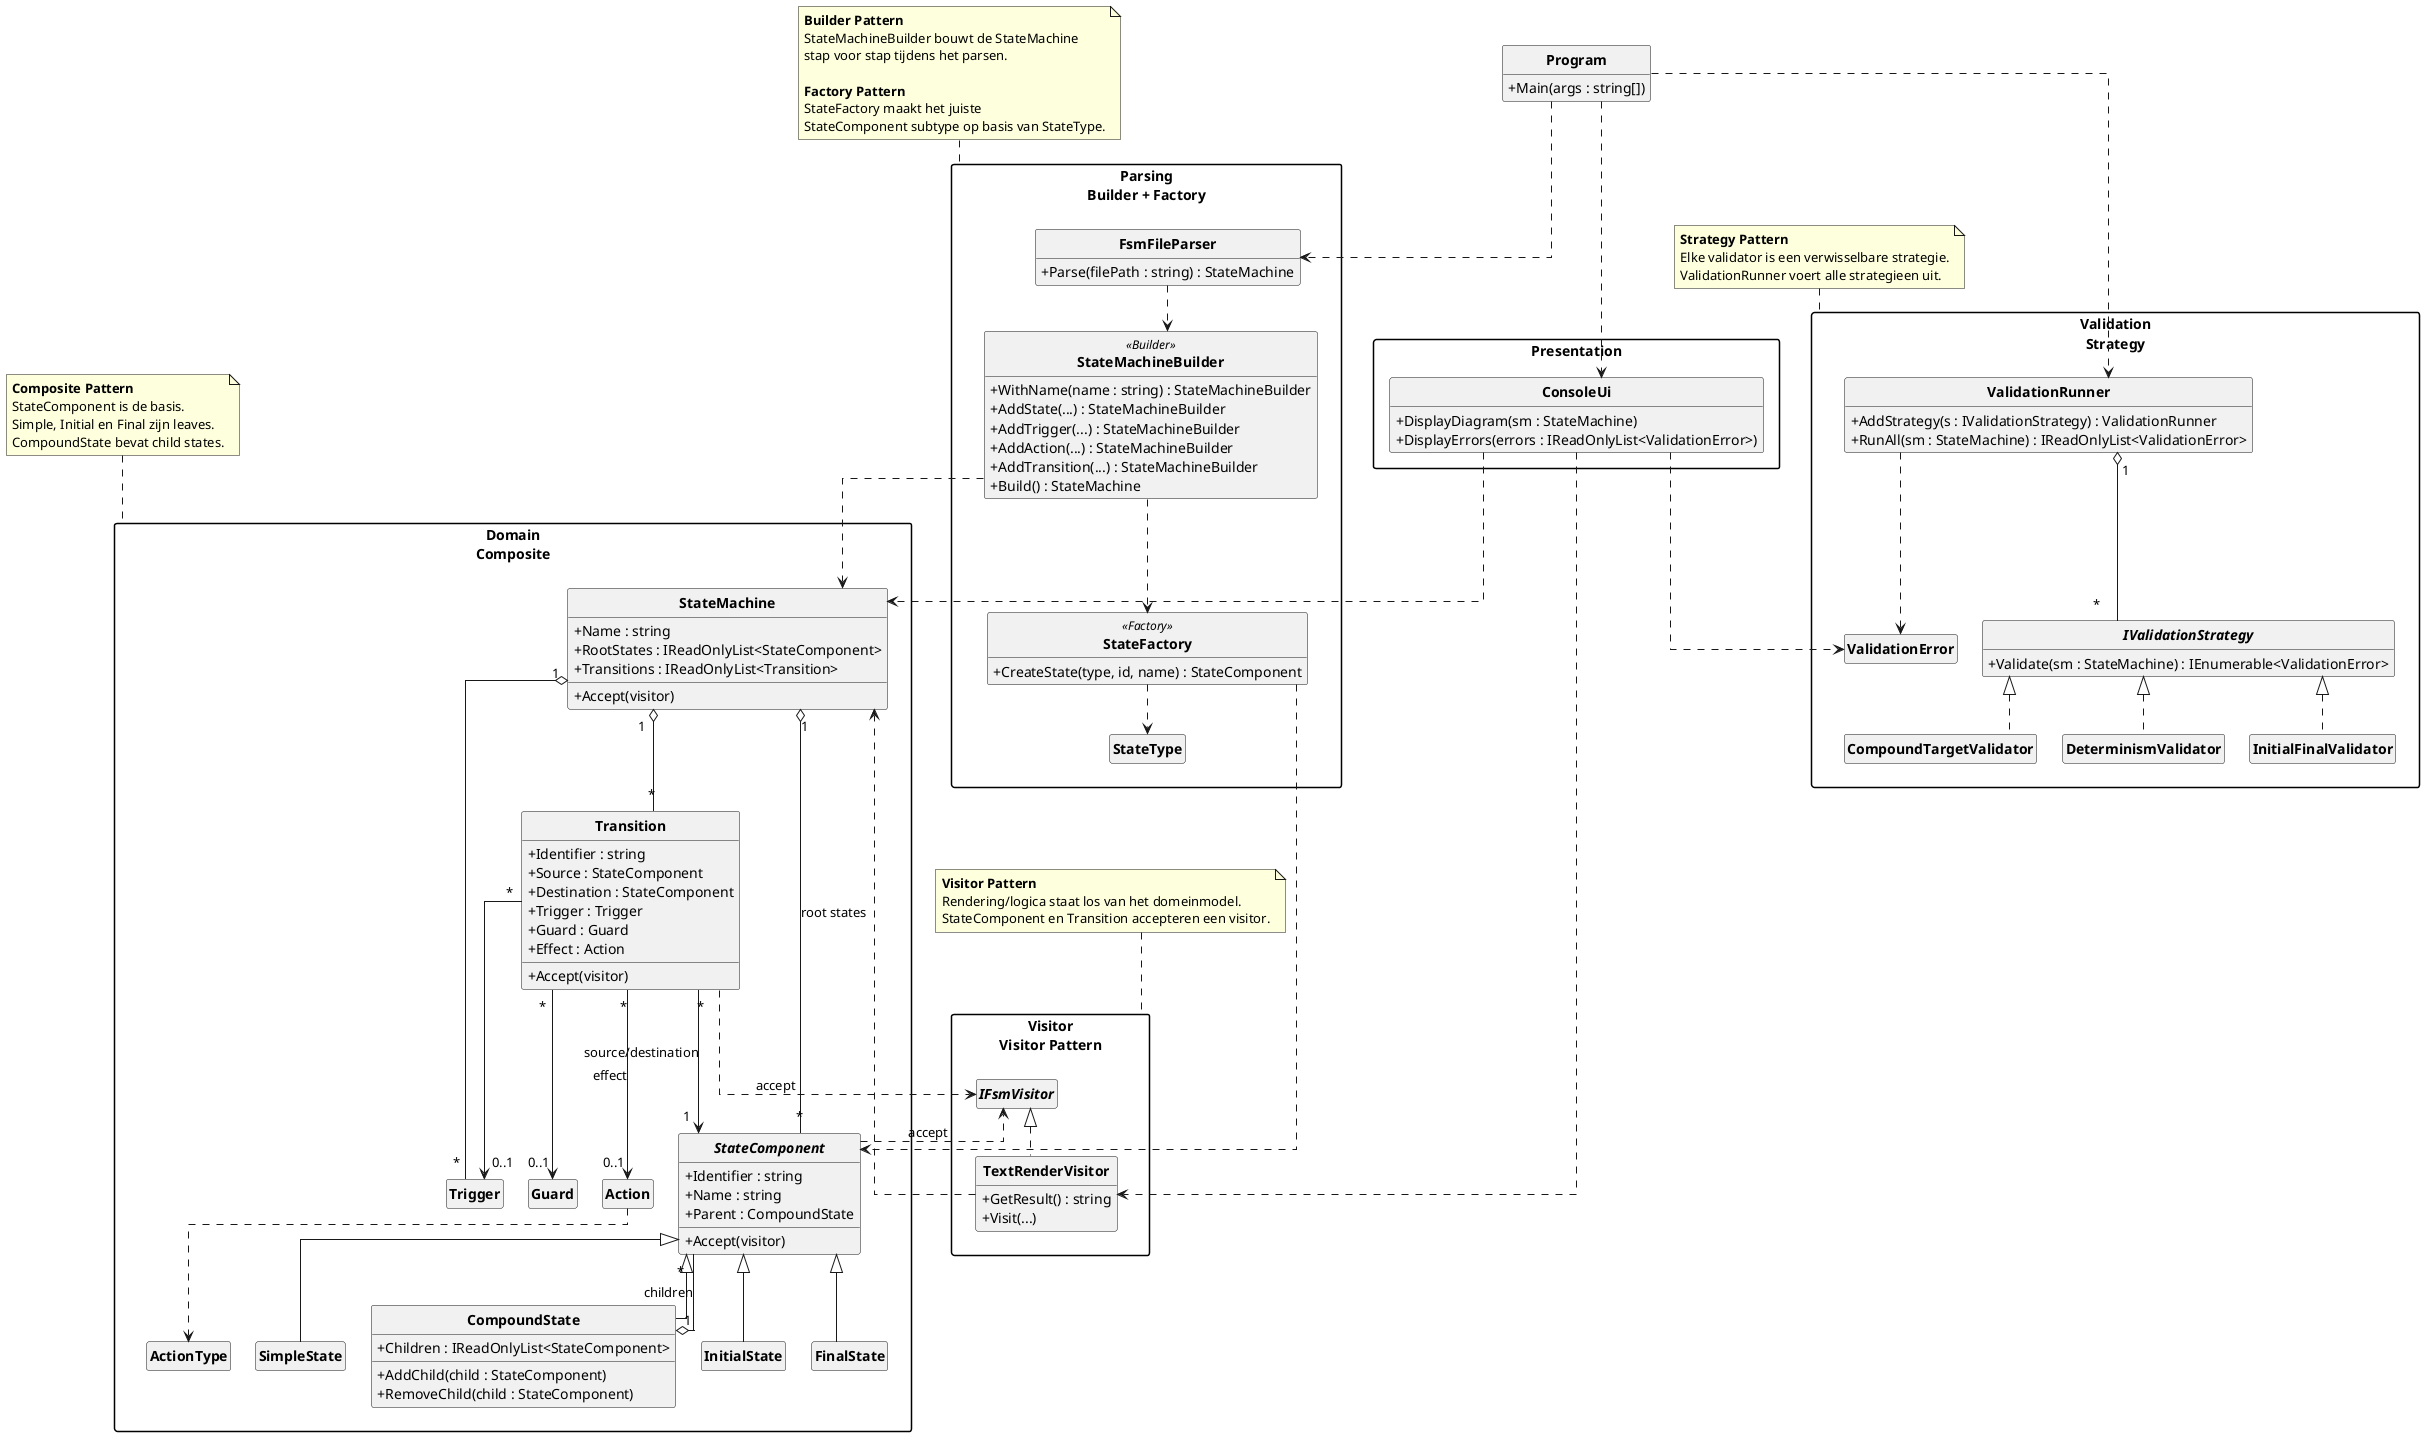
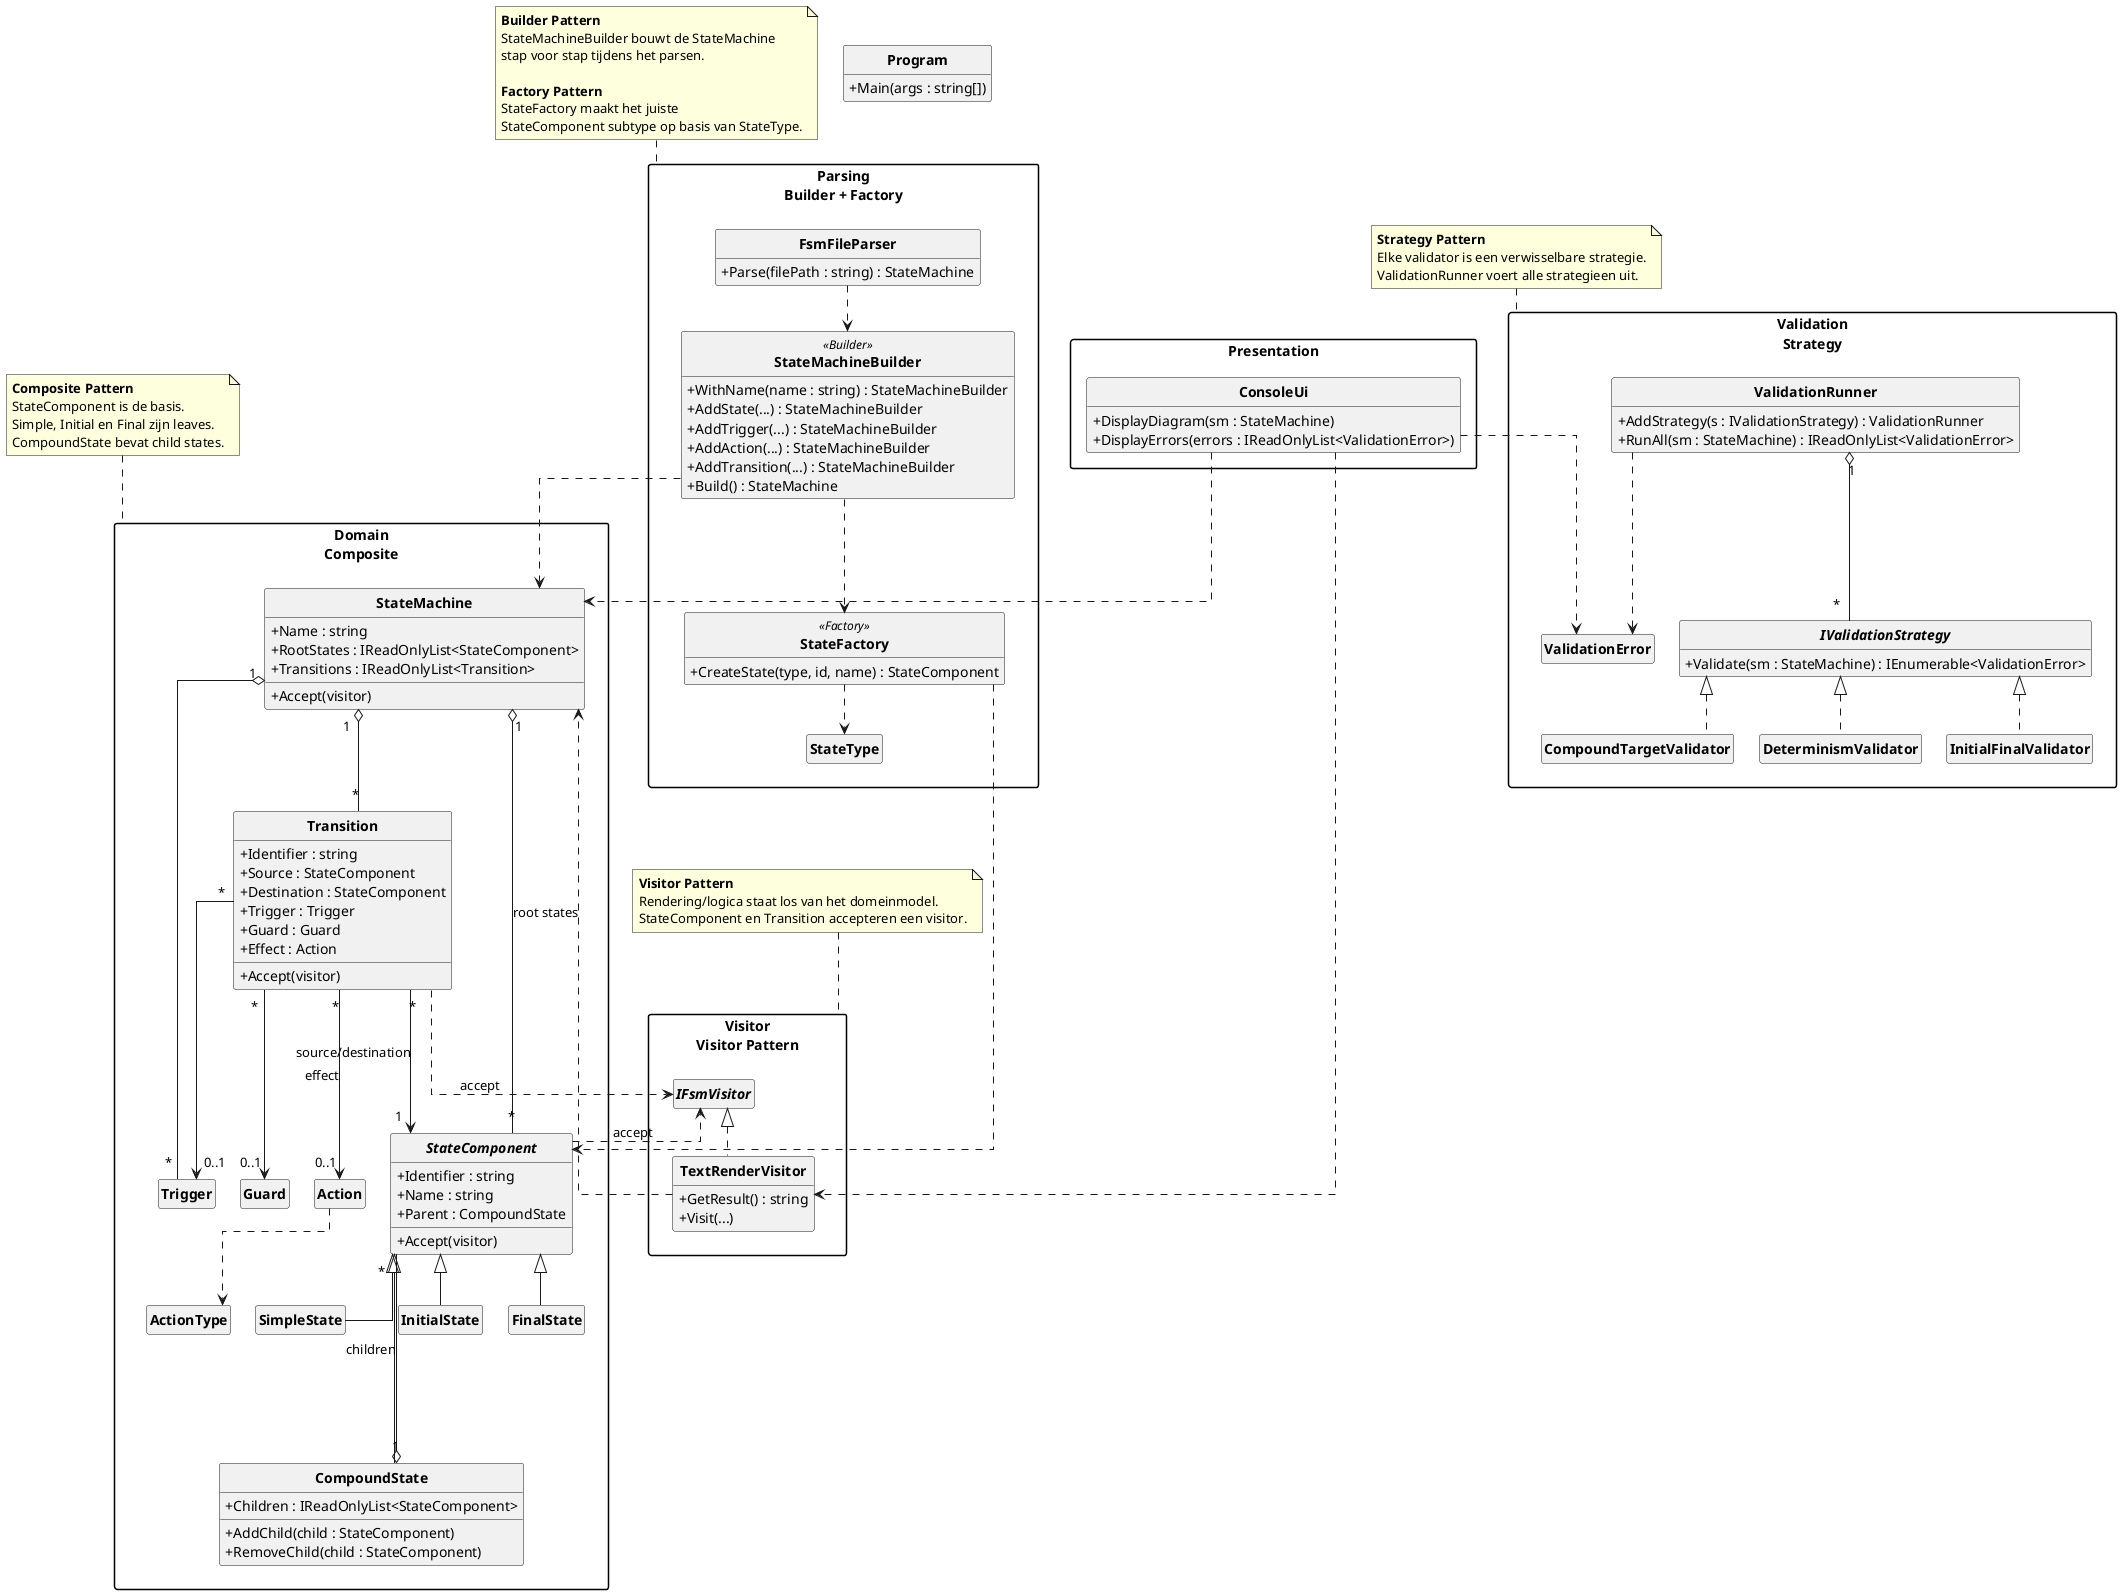
@startuml DPAT-1-Femke-Bas-Domain

' Compact class diagram: focus on structure, patterns and key dependencies.
skinparam classAttributeIconSize 0
skinparam classFontStyle bold
skinparam packageStyle rectangle
skinparam shadowing false
skinparam linetype ortho
skinparam nodesep 25
skinparam ranksep 25
hide circle
hide empty members

package "Domain\nComposite" as Domain {
    abstract class StateComponent {
        +Identifier : string
        +Name : string
        +Parent : CompoundState
        +Accept(visitor)
    }

    class SimpleState
    class CompoundState {
        +Children : IReadOnlyList<StateComponent>
        +AddChild(child : StateComponent)
        +RemoveChild(child : StateComponent)
    }
    class InitialState
    class FinalState

    class StateMachine {
        +Name : string
        +RootStates : IReadOnlyList<StateComponent>
        +Transitions : IReadOnlyList<Transition>
        +Accept(visitor)
    }

    class Transition {
        +Identifier : string
        +Source : StateComponent
        +Destination : StateComponent
        +Trigger : Trigger
        +Guard : Guard
        +Effect : Action
        +Accept(visitor)
    }

    class Trigger
    class Guard
    class Action
    enum ActionType

    StateComponent <|--- SimpleState
-     StateComponent <|--- CompoundState
+     StateComponent <|---- CompoundState
    StateComponent <|--- InitialState
    StateComponent <|--- FinalState

-     CompoundState "1" o--- "*" StateComponent : children
+     CompoundState "1" o-------- "*" StateComponent : children
    StateMachine "1" o--- "*" StateComponent : root states
    StateMachine "1" o--- "*" Transition
    StateMachine "1" o--- "*" Trigger

    Transition "*" ---> "1" StateComponent : source/destination
    Transition "*" ---> "0..1" Trigger
    Transition "*" ---> "0..1" Guard
    Transition "*" ---> "0..1" Action : effect
    Action ...> ActionType
}

note top of Domain
  <b>Composite Pattern</b>
  StateComponent is de basis.
  Simple, Initial en Final zijn leaves.
  CompoundState bevat child states.
end note

package "Parsing\nBuilder + Factory" as Parsing {
    class FsmFileParser {
        +Parse(filePath : string) : StateMachine
    }

    class StateMachineBuilder <<Builder>> {
        +WithName(name : string) : StateMachineBuilder
        +AddState(...) : StateMachineBuilder
        +AddTrigger(...) : StateMachineBuilder
        +AddAction(...) : StateMachineBuilder
        +AddTransition(...) : StateMachineBuilder
        +Build() : StateMachine
    }

    class StateFactory <<Factory>> {
        +CreateState(type, id, name) : StateComponent
    }

    enum StateType

    FsmFileParser ..> StateMachineBuilder
    StateMachineBuilder ..> StateFactory
    StateMachineBuilder ..> StateMachine
    StateFactory ..> StateComponent
    StateFactory ..> StateType
}

note top of Parsing
  <b>Builder Pattern</b>
  StateMachineBuilder bouwt de StateMachine
  stap voor stap tijdens het parsen.

  <b>Factory Pattern</b>
  StateFactory maakt het juiste
  StateComponent subtype op basis van StateType.
end note

package "Visitor\nVisitor Pattern" as Visitor {
    interface IFsmVisitor

    class TextRenderVisitor {
        +GetResult() : string
        +Visit(...)
    }

    IFsmVisitor <|.. TextRenderVisitor
    StateComponent ..> IFsmVisitor : accept
    Transition ..> IFsmVisitor : accept
    TextRenderVisitor ..> StateMachine
}

note top of Visitor
  <b>Visitor Pattern</b>
  Rendering/logica staat los van het domeinmodel.
  StateComponent en Transition accepteren een visitor.
end note

package "Validation\nStrategy" as Validation {
    interface IValidationStrategy {
        +Validate(sm : StateMachine) : IEnumerable<ValidationError>
    }

    class ValidationRunner {
        +AddStrategy(s : IValidationStrategy) : ValidationRunner
        +RunAll(sm : StateMachine) : IReadOnlyList<ValidationError>
    }

    class ValidationError
    class DeterminismValidator
    class InitialFinalValidator
    class CompoundTargetValidator

    IValidationStrategy <|.. DeterminismValidator
    IValidationStrategy <|.. InitialFinalValidator
    IValidationStrategy <|.. CompoundTargetValidator
    ValidationRunner "1" o-- "*" IValidationStrategy
    ValidationRunner ..> ValidationError
}

note top of Validation
  <b>Strategy Pattern</b>
  Elke validator is een verwisselbare strategie.
  ValidationRunner voert alle strategieen uit.
end note

package "Presentation" as Presentation {
    class ConsoleUi {
        +DisplayDiagram(sm : StateMachine)
        +DisplayErrors(errors : IReadOnlyList<ValidationError>)
    }

    ConsoleUi ..> TextRenderVisitor
    ConsoleUi ..> StateMachine
    ConsoleUi ..> ValidationError
}

class Program {
    +Main(args : string[])
}

- Program ..> FsmFileParser
- Program ..> ValidationRunner
- Program ..> ConsoleUi
- 
@enduml
